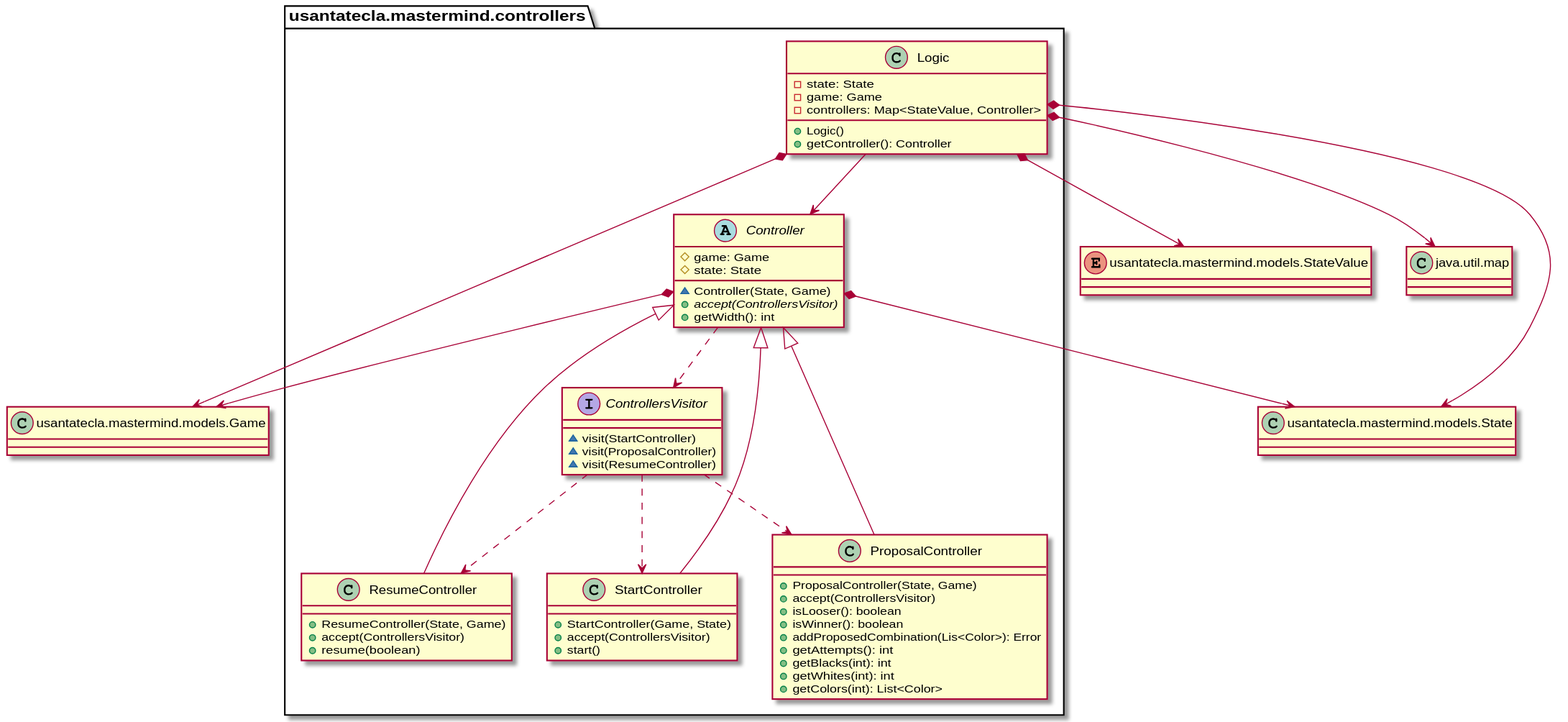
Above: modelViewPresenter/presentationModel/withDoubleDispatching/docs/diagrams/out/paquetes/usantatecla.mastermind.controllers.svg in SantaTecla-mastermind/solution.java.swing.socket.sql (PlantUML), before the change.
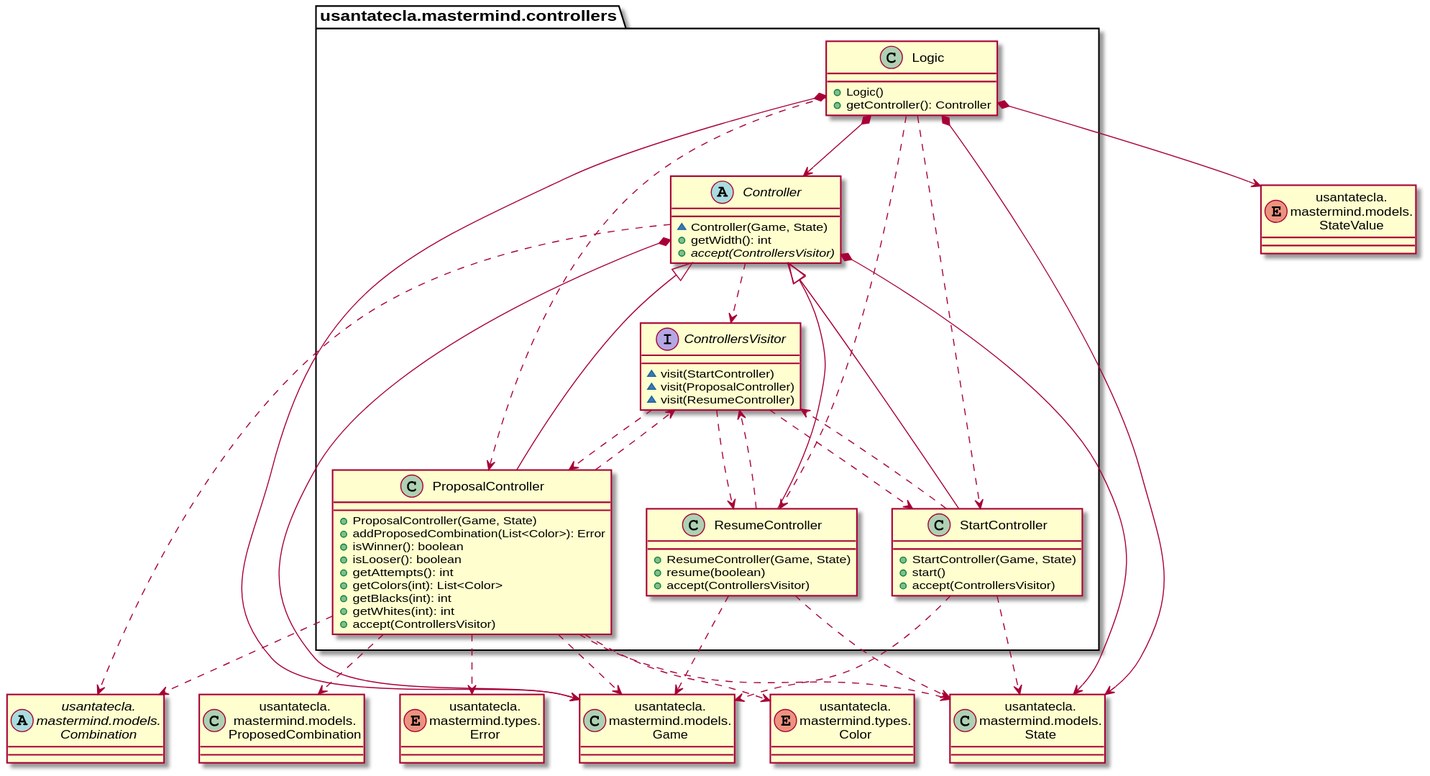
The same diagram one commit later.

Diff of the diagram source:
```diff
@@ -1,78 +1,80 @@
 @startuml
-class Game as "usantatecla.mastermind.models.Game" {
+abstract class Combination as "usantatecla.\nmastermind.models.\nCombination"
+class Game as "usantatecla.\nmastermind.models.\nGame"
+class State as "usantatecla.\nmastermind.models.\nState"
+class ProposedCombination as "usantatecla.\nmastermind.models.\nProposedCombination"
+enum StateValue as "usantatecla.\nmastermind.models.\nStateValue"
+enum Error as "usantatecla.\nmastermind.types.\nError"
+enum Color as "usantatecla.\nmastermind.types.\nColor"
 
+interface usantatecla.mastermind.controllers.ControllersVisitor {
+    ~ visit(StartController)
+    ~ visit(ProposalController)
+    ~ visit(ResumeController)
+}
+usantatecla.mastermind.controllers.ControllersVisitor .down.> usantatecla.mastermind.controllers.StartController
+usantatecla.mastermind.controllers.ControllersVisitor .down.> usantatecla.mastermind.controllers.ProposalController
+usantatecla.mastermind.controllers.ControllersVisitor .down.> usantatecla.mastermind.controllers.ResumeController
 
+abstract class  usantatecla.mastermind.controllers.Controller{
+    ~ Controller(Game, State)
+    + getWidth(): int
+    + {abstract} accept(ControllersVisitor)
 }
-
-class State as "usantatecla.mastermind.models.State" {
-
-
-}
-
-Enum StateValue as "usantatecla.mastermind.models.StateValue" {
-
-
-}
-
-class Map as "java.util.map"
-
-abstract class usantatecla.mastermind.controllers.Controller{
-# game: Game
-# state: State
-~ Controller(State, Game)
-+ {abstract} accept(ControllersVisitor)
-+ getWidth(): int
-}
+usantatecla.mastermind.controllers.Controller *-down-> Game
 usantatecla.mastermind.controllers.Controller *-down-> State
-usantatecla.mastermind.controllers.Controller *-down-> Game
-usantatecla.mastermind.controllers.Controller ..> usantatecla.mastermind.controllers.ControllersVisitor
-
-interface usantatecla.mastermind.controllers.ControllersVisitor{
-~ visit(StartController)
-~ visit(ProposalController)
-~ visit(ResumeController)
-}
-usantatecla.mastermind.controllers.ControllersVisitor ..> usantatecla.mastermind.controllers.ResumeController
-usantatecla.mastermind.controllers.ControllersVisitor ..> usantatecla.mastermind.controllers.StartController
-usantatecla.mastermind.controllers.ControllersVisitor ..> usantatecla.mastermind.controllers.ProposalController
+usantatecla.mastermind.controllers.Controller .down.> Combination
+usantatecla.mastermind.controllers.Controller .down.> usantatecla.mastermind.controllers.ControllersVisitor
 
 class  usantatecla.mastermind.controllers.Logic{
-- state: State
-- game: Game
-- controllers: Map<StateValue, Controller>
-+ Logic()
-+ getController(): Controller
+    + Logic()
+    + getController(): Controller
 }
+usantatecla.mastermind.controllers.Logic *-down-> usantatecla.mastermind.controllers.Controller
+usantatecla.mastermind.controllers.Logic *-down-> Game
+usantatecla.mastermind.controllers.Logic *-down-> State
 usantatecla.mastermind.controllers.Logic *-down-> StateValue
-usantatecla.mastermind.controllers.Logic *-down-> State
-usantatecla.mastermind.controllers.Logic *-down-> Map
-usantatecla.mastermind.controllers.Logic *-down-> Game
-usantatecla.mastermind.controllers.Logic --> usantatecla.mastermind.controllers.Controller
+usantatecla.mastermind.controllers.Logic .down.> usantatecla.mastermind.controllers.ResumeController
+usantatecla.mastermind.controllers.Logic .down.> usantatecla.mastermind.controllers.StartController
+usantatecla.mastermind.controllers.Logic .down.> usantatecla.mastermind.controllers.ProposalController
 
 class  usantatecla.mastermind.controllers.ProposalController{
-+ ProposalController(State, Game)
-+ accept(ControllersVisitor)
-+ isLooser(): boolean
-+ isWinner(): boolean
-+ addProposedCombination(Lis<Color>): Error
-+ getAttempts(): int
-+ getBlacks(int): int
-+ getWhites(int): int
-+ getColors(int): List<Color>
+    + ProposalController(Game, State)
+    + addProposedCombination(List<Color>): Error
+    + isWinner(): boolean
+    + isLooser(): boolean
+    + getAttempts(): int
+    + getColors(int): List<Color>
+    + getBlacks(int): int
+    + getWhites(int): int
+    + accept(ControllersVisitor)
 }
 usantatecla.mastermind.controllers.Controller <|-down- usantatecla.mastermind.controllers.ProposalController
+usantatecla.mastermind.controllers.ProposalController .down.> Combination
+usantatecla.mastermind.controllers.ProposalController .down.> Game
+usantatecla.mastermind.controllers.ProposalController .down.> State
+usantatecla.mastermind.controllers.ProposalController .down.> ProposedCombination
+usantatecla.mastermind.controllers.ProposalController .down.> Error
+usantatecla.mastermind.controllers.ProposalController .down.> Color
+usantatecla.mastermind.controllers.ProposalController .down.> usantatecla.mastermind.controllers.ControllersVisitor
 
 class  usantatecla.mastermind.controllers.ResumeController{
-+ ResumeController(State, Game)
-+ accept(ControllersVisitor)
-+ resume(boolean)
+    + ResumeController(Game, State)
+    + resume(boolean)
+    + accept(ControllersVisitor)
 }
 usantatecla.mastermind.controllers.Controller <|-down- usantatecla.mastermind.controllers.ResumeController
+usantatecla.mastermind.controllers.ResumeController .down.> Game
+usantatecla.mastermind.controllers.ResumeController .down.> State
+usantatecla.mastermind.controllers.ResumeController .down.> usantatecla.mastermind.controllers.ControllersVisitor
 
 class  usantatecla.mastermind.controllers.StartController{
-+ StartController(Game, State)
-+ accept(ControllersVisitor)
-+ start()
+    + StartController(Game, State)
+    + start()
+    + accept(ControllersVisitor)
 }
 usantatecla.mastermind.controllers.Controller <|-down- usantatecla.mastermind.controllers.StartController
+usantatecla.mastermind.controllers.StartController .down.> Game
+usantatecla.mastermind.controllers.StartController .down.> State
+usantatecla.mastermind.controllers.StartController .down.> usantatecla.mastermind.controllers.ControllersVisitor
 @enduml
```
